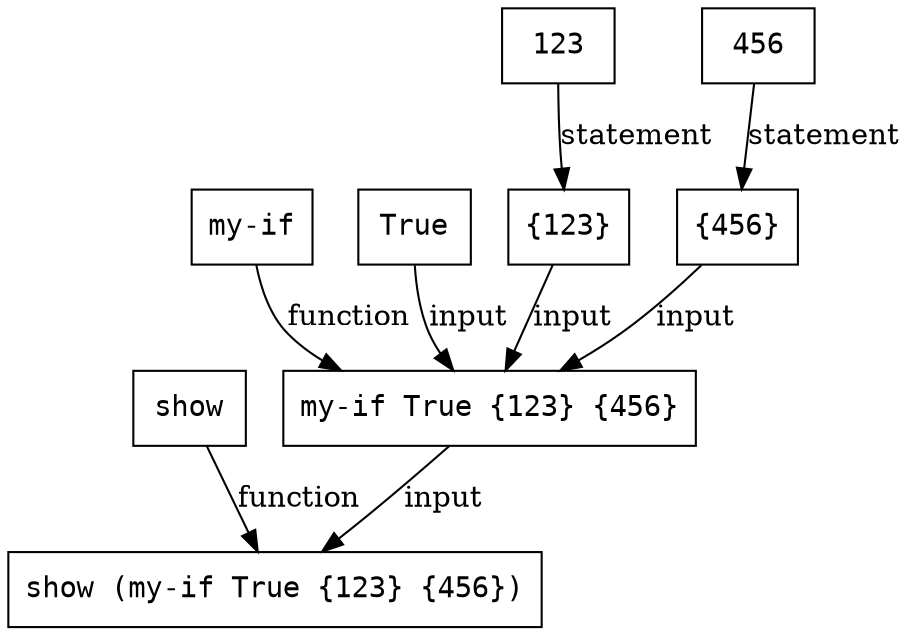
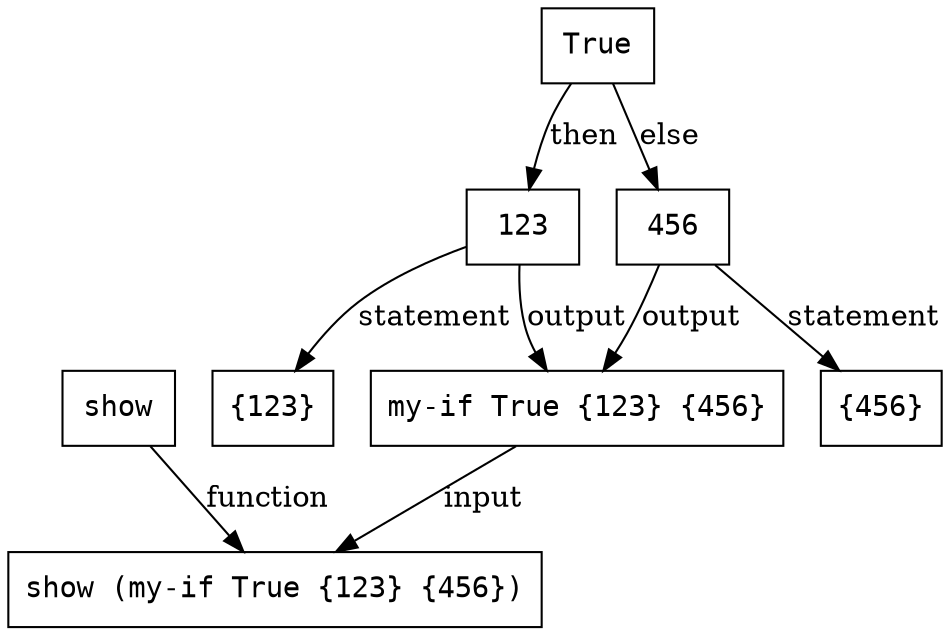
digraph G {
  node [shape=box, fontname=monospace]
  node_2_21 [label="show (my-if True {123} {456})"]
  node_2_22 [label="show"]
  node_2_23 [label="my-if True {123} {456}"]
-   node_2_24 [label="my-if"]
  node_2_25 [label="True"]
  node_2_26 [label="{123}"]
  node_2_28 [label="123"]
  node_2_30 [label="{456}"]
  node_2_32 [label="456"]
  node_2_22 -> node_2_21 [label="function"]
  node_2_23 -> node_2_21 [label="input"]
-   node_2_24 -> node_2_23 [label="function"]
-   node_2_25 -> node_2_23 [label="input"]
-   node_2_26 -> node_2_23 [label="input"]
+   node_2_25 -> node_2_28 [label="then"]
+   node_2_25 -> node_2_32 [label="else"]
+   node_2_28 -> node_2_23 [label="output"]
  node_2_28 -> node_2_26 [label="statement"]
-   node_2_30 -> node_2_23 [label="input"]
+   node_2_32 -> node_2_23 [label="output"]
  node_2_32 -> node_2_30 [label="statement"]
}
